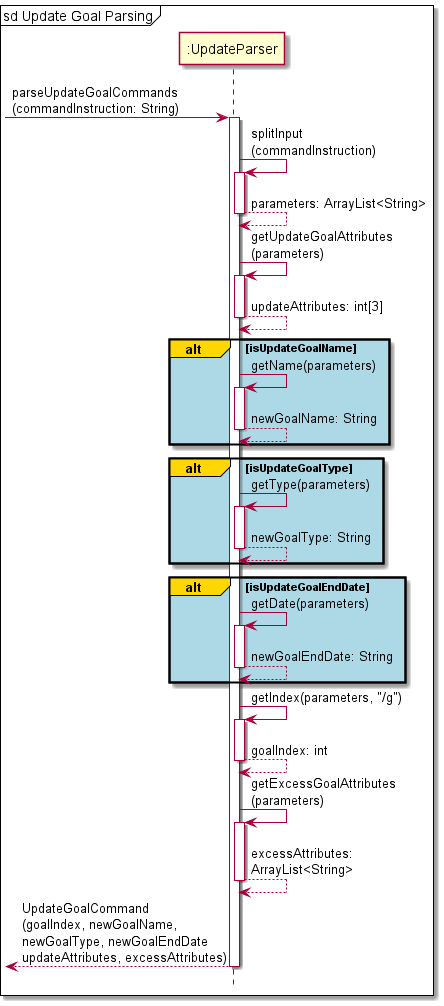
This is docs/Diagram_Images/Implementation_Diagram_Images/UpdateGoalCommandParserSequenceDiagram.png from nus-cs2113-AY2122S1/tp, a PlantUML export, as it was before one commit.
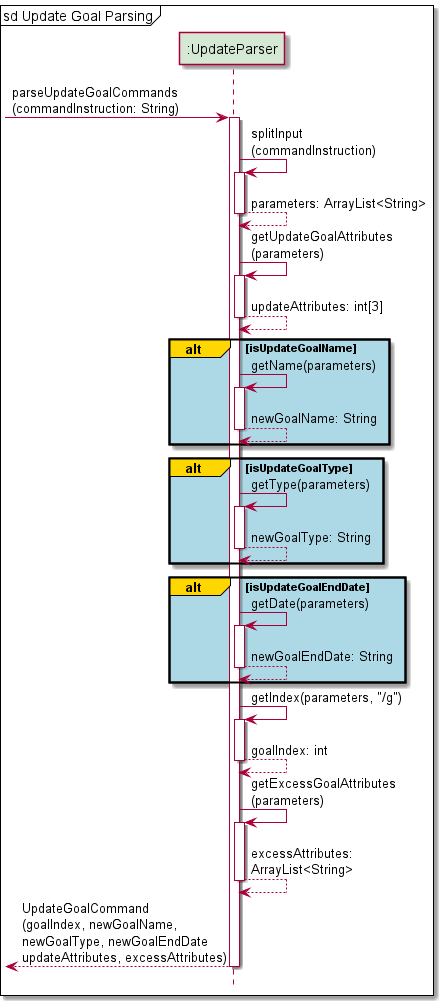
The same diagram one commit later.

Diff of the diagram source:
```diff
@@ -1,50 +1,53 @@
 @startuml
 !include Style.puml
+
+participant ":UpdateParser" as UpdateParser PARSER_COLOUR
+
 mainframe sd Update Goal Parsing
 
--> ":UpdateParser": parseUpdateGoalCommands\n(commandInstruction: String)
-activate ":UpdateParser"
+-> UpdateParser: parseUpdateGoalCommands\n(commandInstruction: String)
+activate UpdateParser
 
-":UpdateParser" -> ":UpdateParser": splitInput\n(commandInstruction)
-activate ":UpdateParser"
-":UpdateParser" --> ":UpdateParser": parameters: ArrayList<String>
-deactivate ":UpdateParser"
+UpdateParser -> UpdateParser: splitInput\n(commandInstruction)
+activate UpdateParser
+UpdateParser --> UpdateParser: parameters: ArrayList<String>
+deactivate UpdateParser
 
-":UpdateParser" -> ":UpdateParser": getUpdateGoalAttributes\n(parameters)
-activate ":UpdateParser"
-":UpdateParser" --> ":UpdateParser": updateAttributes: int[3]
-deactivate ":UpdateParser"
+UpdateParser -> UpdateParser: getUpdateGoalAttributes\n(parameters)
+activate UpdateParser
+UpdateParser --> UpdateParser: updateAttributes: int[3]
+deactivate UpdateParser
 
 alt#gold #lightblue isUpdateGoalName
-":UpdateParser" -> ":UpdateParser": getName(parameters)
-activate ":UpdateParser"
-":UpdateParser" --> ":UpdateParser": newGoalName: String
-deactivate ":UpdateParser"
+UpdateParser -> UpdateParser: getName(parameters)
+activate UpdateParser
+UpdateParser --> UpdateParser: newGoalName: String
+deactivate UpdateParser
 end
 alt#gold #lightblue isUpdateGoalType
-":UpdateParser" -> ":UpdateParser": getType(parameters)
-activate ":UpdateParser"
-":UpdateParser" --> ":UpdateParser": newGoalType: String
-deactivate ":UpdateParser"
+UpdateParser -> UpdateParser: getType(parameters)
+activate UpdateParser
+UpdateParser --> UpdateParser: newGoalType: String
+deactivate UpdateParser
 end
 alt#gold #lightblue isUpdateGoalEndDate
-":UpdateParser" -> ":UpdateParser": getDate(parameters)
-activate ":UpdateParser"
-":UpdateParser" --> ":UpdateParser": newGoalEndDate: String
-deactivate ":UpdateParser"
+UpdateParser -> UpdateParser: getDate(parameters)
+activate UpdateParser
+UpdateParser --> UpdateParser: newGoalEndDate: String
+deactivate UpdateParser
 end
 
-":UpdateParser" -> ":UpdateParser": getIndex(parameters, "/g")
-activate ":UpdateParser"
-":UpdateParser" --> ":UpdateParser": goalIndex: int
-deactivate ":UpdateParser"
+UpdateParser -> UpdateParser: getIndex(parameters, "/g")
+activate UpdateParser
+UpdateParser --> UpdateParser: goalIndex: int
+deactivate UpdateParser
 
-":UpdateParser" -> ":UpdateParser": getExcessGoalAttributes\n(parameters)
-activate ":UpdateParser"
-":UpdateParser" --> ":UpdateParser": excessAttributes:\nArrayList<String>
-deactivate ":UpdateParser"
+UpdateParser -> UpdateParser: getExcessGoalAttributes\n(parameters)
+activate UpdateParser
+UpdateParser --> UpdateParser: excessAttributes:\nArrayList<String>
+deactivate UpdateParser
 
-<-- ":UpdateParser": UpdateGoalCommand\n(goalIndex, newGoalName,\nnewGoalType, newGoalEndDate\nupdateAttributes, excessAttributes)
-deactivate ":UpdateParser"
+<-- UpdateParser: UpdateGoalCommand\n(goalIndex, newGoalName,\nnewGoalType, newGoalEndDate\nupdateAttributes, excessAttributes)
+deactivate UpdateParser
 
 @enduml
```
